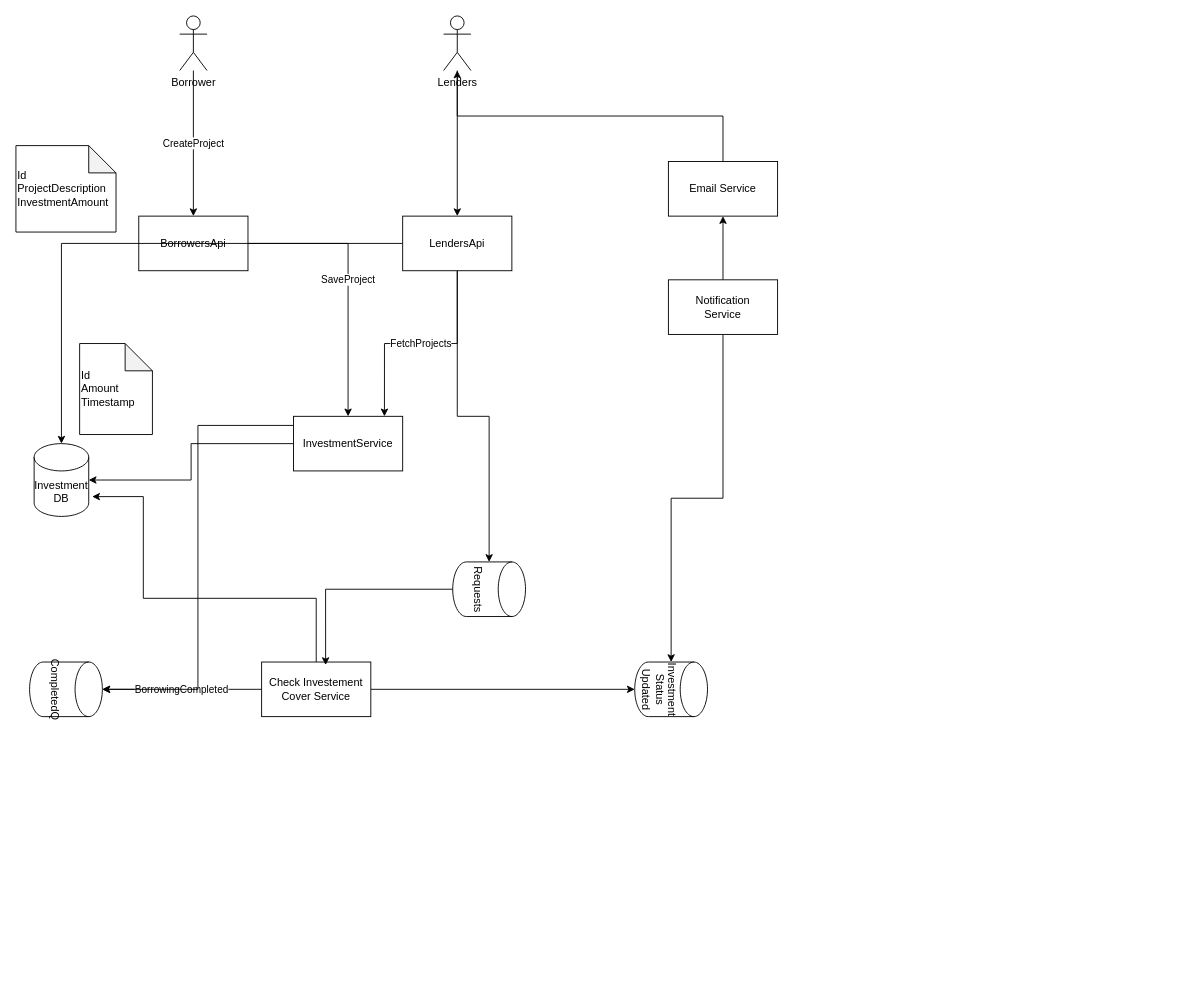
leilabadi/diagrams keeps this draw.io diagram as Investment.drawio. Above is the earlier version. Source tidied: cells renumbered, new cells numbered last; positions are measured from the earlier drawing's top-left corner, leaving out a move shared by most shapes. Both pictures are drawn from the tidied source at 91%, with x=0, y=0 at pixel (15, 15).
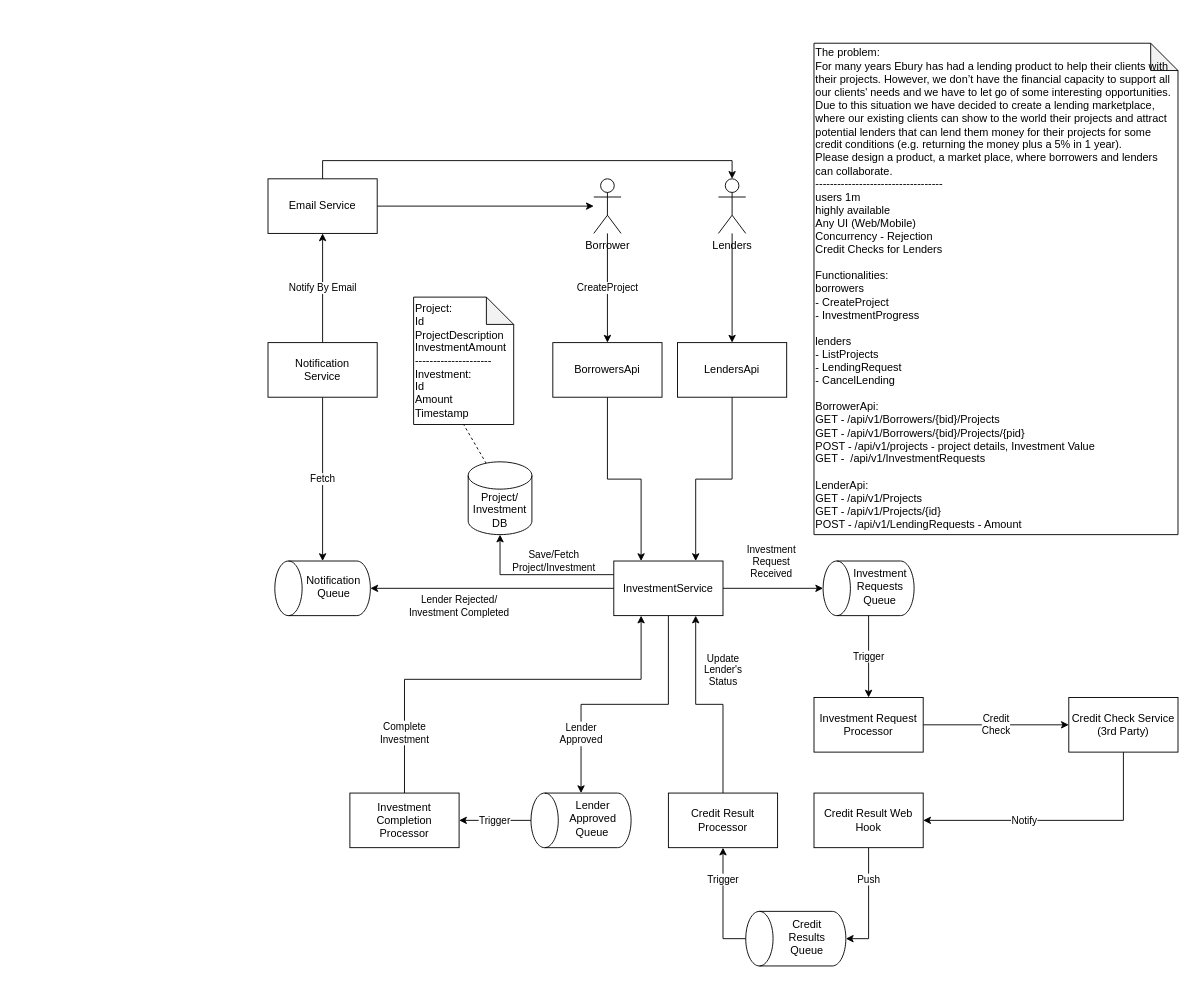
The same diagram, later.

The edit, as a diff of the source:
```diff
@@
-    <mxCell id="2" value="SaveProject" style="edgeStyle=orthogonalEdgeStyle;rounded=0;jettySize=auto;html=1;" parent="1" edge="1" source="3" target="29">
+    <mxCell id="2" value="&lt;div&gt;&lt;br&gt;&lt;/div&gt;" style="edgeStyle=orthogonalEdgeStyle;rounded=0;jettySize=auto;html=1;exitX=0.5;exitY=1;exitDx=0;exitDy=0;entryX=0.25;entryY=0;entryDx=0;entryDy=0;" parent="1" edge="1" source="3" target="29">
       <mxGeometry relative="1" as="geometry" />
     </mxCell>
     <mxCell id="3" value="BorrowersApi" style="rounded=0;whiteSpace=wrap;html=1;" parent="1" vertex="1">
-      <mxGeometry x="135" y="220" width="120" height="60" as="geometry" />
+      <mxGeometry x="590" y="359" width="120" height="60" as="geometry" />
     </mxCell>
@@
     <mxCell id="5" value="Borrower" style="shape=umlActor;verticalLabelPosition=bottom;verticalAlign=top;html=1;outlineConnect=0;" parent="1" vertex="1">
-      <mxGeometry x="180" width="30" height="60" as="geometry" />
+      <mxGeometry x="635" y="179" width="30" height="60" as="geometry" />
     </mxCell>
@@
     <mxCell id="7" value="Lenders" style="shape=umlActor;verticalLabelPosition=bottom;verticalAlign=top;html=1;outlineConnect=0;" parent="1" vertex="1">
-      <mxGeometry x="470" width="30" height="60" as="geometry" />
+      <mxGeometry x="772" y="179" width="30" height="60" as="geometry" />
     </mxCell>
-    <mxCell id="8" style="edgeStyle=orthogonalEdgeStyle;rounded=0;jettySize=auto;html=1;" parent="1" edge="1" source="10" target="19">
-      <mxGeometry relative="1" as="geometry" />
-    </mxCell>
-    <mxCell id="9" style="edgeStyle=orthogonalEdgeStyle;rounded=0;jettySize=auto;html=1;" parent="1" edge="1" source="10" target="11">
-      <mxGeometry relative="1" as="geometry">
-        <Array as="points">
-          <mxPoint x="50" y="250" />
-        </Array>
-      </mxGeometry>
-    </mxCell>
+    <mxCell id="12" style="edgeStyle=orthogonalEdgeStyle;rounded=0;jettySize=auto;html=1;entryX=0.75;entryY=0;entryDx=0;entryDy=0;" parent="1" edge="1" source="10" target="29">
+      <mxGeometry x="-0.64" relative="1" as="geometry" />
+    </mxCell>
     <mxCell id="10" value="LendersApi" style="rounded=0;whiteSpace=wrap;html=1;" parent="1" vertex="1">
-      <mxGeometry x="425" y="220" width="120" height="60" as="geometry" />
+      <mxGeometry x="727" y="359" width="120" height="60" as="geometry" />
     </mxCell>
+    <mxCell id="31" style="rounded=0;jettySize=auto;html=1;exitX=0.5;exitY=0.349;exitDx=0;exitDy=0;exitPerimeter=0;dashed=1;endArrow=none;endFill=0;entryX=0.5;entryY=1;entryDx=0;entryDy=0;entryPerimeter=0;" parent="1" edge="1" source="11" target="18">
+      <mxGeometry relative="1" as="geometry" />
+    </mxCell>
-    <mxCell id="11" value="Investment DB" style="shape=cylinder3;whiteSpace=wrap;html=1;boundedLbl=1;backgroundOutline=1;size=15;" parent="1" vertex="1">
-      <mxGeometry x="20" y="470" width="60" height="80" as="geometry" />
+    <mxCell id="11" value="Project/&lt;br&gt;Investment DB" style="shape=cylinder3;whiteSpace=wrap;html=1;boundedLbl=1;backgroundOutline=1;size=15;" parent="1" vertex="1">
+      <mxGeometry x="497" y="490" width="70" height="80" as="geometry" />
     </mxCell>
-    <mxCell id="12" value="FetchProjects" style="edgeStyle=orthogonalEdgeStyle;rounded=0;jettySize=auto;html=1;entryX=0.833;entryY=0;entryDx=0;entryDy=0;entryPerimeter=0;" parent="1" edge="1" source="10" target="29">
-      <mxGeometry relative="1" as="geometry" />
-    </mxCell>
-    <mxCell id="13" style="edgeStyle=orthogonalEdgeStyle;rounded=0;jettySize=auto;html=1;entryX=1.063;entryY=0.728;entryDx=0;entryDy=0;entryPerimeter=0;" parent="1" edge="1" source="16" target="11">
-      <mxGeometry relative="1" as="geometry">
-        <Array as="points">
-          <mxPoint x="330" y="640" />
-          <mxPoint x="140" y="640" />
-          <mxPoint x="140" y="528" />
-        </Array>
-      </mxGeometry>
-    </mxCell>
-    <mxCell id="14" style="edgeStyle=orthogonalEdgeStyle;rounded=0;jettySize=auto;html=1;entryX=0.5;entryY=1;entryDx=0;entryDy=0;entryPerimeter=0;" parent="1" edge="1" source="16" target="24">
-      <mxGeometry relative="1" as="geometry" />
-    </mxCell>
-    <mxCell id="15" value="BorrowingCompleted" style="edgeStyle=orthogonalEdgeStyle;rounded=0;jettySize=auto;html=1;" parent="1" edge="1" source="16" target="30">
-      <mxGeometry relative="1" as="geometry" />
-    </mxCell>
+    <mxCell id="32" value="Credit&lt;br&gt;Check" style="edgeStyle=orthogonalEdgeStyle;rounded=0;jettySize=auto;html=1;" parent="1" edge="1" source="16" target="39">
+      <mxGeometry relative="1" as="geometry" />
+    </mxCell>
-    <mxCell id="16" value="Check Investement Cover Service" style="rounded=0;whiteSpace=wrap;html=1;" parent="1" vertex="1">
-      <mxGeometry x="270" y="710" width="120" height="60" as="geometry" />
+    <mxCell id="16" value="Investment Request Processor" style="rounded=0;whiteSpace=wrap;html=1;" parent="1" vertex="1">
+      <mxGeometry x="877" y="749" width="120" height="60" as="geometry" />
     </mxCell>
-    <mxCell id="17" value="Id&lt;div&gt;Amount&lt;/div&gt;&lt;div&gt;Timestamp&lt;/div&gt;" style="shape=note;whiteSpace=wrap;html=1;backgroundOutline=1;darkOpacity=0.05;align=left;" parent="1" vertex="1">
-      <mxGeometry x="70" y="360" width="80" height="100" as="geometry" />
-    </mxCell>
-    <mxCell id="18" value="Id&lt;div&gt;ProjectDescription&lt;/div&gt;&lt;div&gt;InvestmentAmount&lt;/div&gt;" style="shape=note;whiteSpace=wrap;html=1;backgroundOutline=1;darkOpacity=0.05;align=left;" parent="1" vertex="1">
-      <mxGeometry y="142.5" width="110" height="95" as="geometry" />
+    <mxCell id="18" value="&lt;div&gt;Project:&lt;/div&gt;Id&lt;div&gt;ProjectDescription&lt;/div&gt;&lt;div&gt;InvestmentAmount&lt;br&gt;---------------------&lt;br&gt;Investment:&lt;br&gt;Id&lt;div&gt;Amount&lt;/div&gt;&lt;div&gt;Timestamp&lt;/div&gt;&lt;/div&gt;" style="shape=note;whiteSpace=wrap;html=1;backgroundOutline=1;darkOpacity=0.05;align=left;" parent="1" vertex="1">
+      <mxGeometry x="437" y="309" width="110" height="140" as="geometry" />
     </mxCell>
-    <mxCell id="19" value="Requests" style="shape=cylinder3;whiteSpace=wrap;html=1;boundedLbl=1;backgroundOutline=1;size=15;rotation=90;" parent="1" vertex="1">
-      <mxGeometry x="490" y="590" width="60" height="80" as="geometry" />
+    <mxCell id="19" value="Investment Requests&lt;br&gt;Queue" style="shape=cylinder3;whiteSpace=wrap;html=1;boundedLbl=1;backgroundOutline=1;size=15;rotation=-90;textDirection=vertical-rl;" parent="1" vertex="1">
+      <mxGeometry x="907" y="579" width="60" height="100" as="geometry" />
     </mxCell>
-    <mxCell id="20" style="edgeStyle=orthogonalEdgeStyle;rounded=0;jettySize=auto;html=1;entryX=0.586;entryY=0.055;entryDx=0;entryDy=0;entryPerimeter=0;" parent="1" edge="1" source="19" target="16">
+    <mxCell id="20" value="Trigger" style="edgeStyle=orthogonalEdgeStyle;rounded=0;jettySize=auto;html=1;entryX=0.5;entryY=0;entryDx=0;entryDy=0;" parent="1" edge="1" source="19" target="16">
       <mxGeometry relative="1" as="geometry" />
     </mxCell>
-    <mxCell id="21" style="edgeStyle=orthogonalEdgeStyle;rounded=0;jettySize=auto;html=1;" parent="1" edge="1" source="23" target="24">
+    <mxCell id="21" value="Fetch" style="edgeStyle=orthogonalEdgeStyle;rounded=0;jettySize=auto;html=1;" parent="1" edge="1" source="23" target="24">
       <mxGeometry relative="1" as="geometry" />
     </mxCell>
-    <mxCell id="22" style="edgeStyle=orthogonalEdgeStyle;rounded=0;jettySize=auto;html=1;entryX=0.5;entryY=1;entryDx=0;entryDy=0;" parent="1" edge="1" source="23" target="26">
+    <mxCell id="22" value="Notify By Email" style="edgeStyle=orthogonalEdgeStyle;rounded=0;jettySize=auto;html=1;entryX=0.5;entryY=1;entryDx=0;entryDy=0;" parent="1" edge="1" source="23" target="26">
       <mxGeometry relative="1" as="geometry" />
     </mxCell>
     <mxCell id="23" value="Notification&lt;div&gt;Service&lt;/div&gt;" style="rounded=0;whiteSpace=wrap;html=1;" parent="1" vertex="1">
-      <mxGeometry x="717" y="290" width="120" height="60" as="geometry" />
+      <mxGeometry x="277" y="359" width="120" height="60" as="geometry" />
     </mxCell>
-    <mxCell id="24" value="Investment Status Updated" style="shape=cylinder3;whiteSpace=wrap;html=1;boundedLbl=1;backgroundOutline=1;size=15;rotation=90;" parent="1" vertex="1">
-      <mxGeometry x="690" y="700" width="60" height="80" as="geometry" />
+    <mxCell id="24" value="Notification&lt;div&gt;Queue&lt;/div&gt;" style="shape=cylinder3;whiteSpace=wrap;html=1;boundedLbl=1;backgroundOutline=1;size=15;rotation=-90;textDirection=vertical-rl;" parent="1" vertex="1">
+      <mxGeometry x="307" y="576.5" width="60" height="105" as="geometry" />
     </mxCell>
-    <mxCell id="25" style="edgeStyle=orthogonalEdgeStyle;rounded=0;jettySize=auto;html=1;exitX=0.5;exitY=0;exitDx=0;exitDy=0;" parent="1" edge="1" source="26" target="7">
-      <mxGeometry relative="1" as="geometry" />
-    </mxCell>
+    <mxCell id="33" style="edgeStyle=orthogonalEdgeStyle;rounded=0;jettySize=auto;html=1;" parent="1" edge="1" source="26" target="5">
+      <mxGeometry relative="1" as="geometry" />
+    </mxCell>
     <mxCell id="26" value="Email Service" style="rounded=0;whiteSpace=wrap;html=1;" parent="1" vertex="1">
-      <mxGeometry x="717" y="160" width="120" height="60" as="geometry" />
+      <mxGeometry x="277" y="179" width="120" height="60" as="geometry" />
     </mxCell>
-    <mxCell id="27" style="edgeStyle=orthogonalEdgeStyle;rounded=0;jettySize=auto;html=1;" parent="1" edge="1" source="29" target="11">
-      <mxGeometry relative="1" as="geometry" />
+    <mxCell id="27" value="Save/Fetch&lt;br&gt;Project/Investment" style="edgeStyle=orthogonalEdgeStyle;rounded=0;jettySize=auto;html=1;exitX=0;exitY=0.25;exitDx=0;exitDy=0;" parent="1" edge="1" source="29" target="11">
+      <mxGeometry x="-0.22" y="-15" relative="1" as="geometry" />
     </mxCell>
-    <mxCell id="28" style="edgeStyle=orthogonalEdgeStyle;rounded=0;jettySize=auto;html=1;" parent="1" edge="1" source="29" target="30">
-      <mxGeometry relative="1" as="geometry">
-        <Array as="points">
-          <mxPoint x="200" y="450" />
-          <mxPoint x="200" y="740" />
-        </Array>
-      </mxGeometry>
-    </mxCell>
+    <mxCell id="34" value="Investment&lt;br&gt;Request&lt;br&gt;Received" style="edgeStyle=orthogonalEdgeStyle;rounded=0;jettySize=auto;html=1;exitX=1;exitY=0.5;exitDx=0;exitDy=0;" parent="1" edge="1" source="29" target="19">
+      <mxGeometry x="-0.04" y="29" relative="1" as="geometry" />
+    </mxCell>
+    <mxCell id="35" value="Trigger" style="edgeStyle=orthogonalEdgeStyle;rounded=0;jettySize=auto;html=1;" parent="1" edge="1" source="48" target="47">
+      <mxGeometry relative="1" as="geometry" />
+    </mxCell>
+    <mxCell id="36" value="Lender&lt;br&gt;Approved" style="edgeStyle=orthogonalEdgeStyle;rounded=0;jettySize=auto;html=1;" parent="1" edge="1" source="29" target="48">
+      <mxGeometry x="0.55" relative="1" as="geometry" />
+    </mxCell>
     <mxCell id="29" value="InvestmentService" style="rounded=0;whiteSpace=wrap;html=1;" parent="1" vertex="1">
-      <mxGeometry x="305" y="440" width="120" height="60" as="geometry" />
+      <mxGeometry x="657" y="599" width="120" height="60" as="geometry" />
     </mxCell>
-    <mxCell id="30" value="CompletedQ" style="shape=cylinder3;whiteSpace=wrap;html=1;boundedLbl=1;backgroundOutline=1;size=15;rotation=90;" parent="1" vertex="1">
-      <mxGeometry x="25" y="700" width="60" height="80" as="geometry" />
-    </mxCell>
+    <mxCell id="37" value="&lt;div&gt;The problem:&lt;/div&gt;&lt;div&gt;For many years Ebury has had a lending product to help their clients with their projects. However, we don’t have the financial capacity to support all our clients' needs and we have to let go of some interesting opportunities.&lt;/div&gt;&lt;div&gt;Due to this situation we have decided to create a lending marketplace, where our existing clients can show to the world their projects and attract potential lenders that can lend them money for their projects for some credit conditions (e.g. returning the money plus a 5% in 1 year).&lt;/div&gt;&lt;div style=&quot;&quot;&gt;Please design a product, a market place, where borrowers and lenders can collaborate.&lt;br&gt;-----------------------------------&lt;br&gt;&lt;div&gt;users 1m&lt;/div&gt;&lt;div&gt;highly available&lt;/div&gt;&lt;div&gt;Any UI (Web/Mobile)&lt;/div&gt;&lt;div&gt;Concurrency - Rejection&lt;/div&gt;&lt;div&gt;Credit Checks for Lenders&lt;/div&gt;&lt;div&gt;&lt;br&gt;&lt;/div&gt;&lt;div&gt;Functionalities:&lt;/div&gt;&lt;div&gt;borrowers&lt;/div&gt;&lt;div&gt;- CreateProject&lt;/div&gt;&lt;div&gt;- InvestmentProgress&lt;/div&gt;&lt;div&gt;&lt;br&gt;&lt;/div&gt;&lt;div&gt;lenders&lt;/div&gt;&lt;div&gt;- ListProjects&lt;/div&gt;&lt;div&gt;- LendingRequest&lt;/div&gt;&lt;div&gt;- CancelLending&lt;/div&gt;&lt;div&gt;&lt;br&gt;&lt;/div&gt;&lt;div&gt;BorrowerApi:&lt;/div&gt;&lt;div&gt;GET - /api/v1/Borrowers/{bid}/Projects&lt;/div&gt;&lt;div&gt;GET - /api/v1/Borrowers/{bid}/Projects/{pid}&lt;/div&gt;&lt;div&gt;POST - /api/v1/projects - project details, Investment Value&lt;/div&gt;&lt;div&gt;GET -&amp;nbsp; /api/v1/InvestmentRequests&lt;/div&gt;&lt;div&gt;&lt;br&gt;&lt;/div&gt;&lt;div&gt;LenderApi:&lt;/div&gt;&lt;div&gt;GET - /api/v1/Projects&lt;/div&gt;&lt;div&gt;GET - /api/v1/Projects/{id}&lt;/div&gt;&lt;div&gt;POST - /api/v1/LendingRequests - Amount&lt;/div&gt;&lt;/div&gt;" style="shape=note;whiteSpace=wrap;html=1;backgroundOutline=1;darkOpacity=0.05;align=left;" parent="1" vertex="1">
+      <mxGeometry x="877" y="30" width="400" height="540" as="geometry" />
+    </mxCell>
+    <mxCell id="38" value="Notify" style="edgeStyle=orthogonalEdgeStyle;rounded=0;jettySize=auto;html=1;exitX=0.5;exitY=1;exitDx=0;exitDy=0;entryX=1;entryY=0.5;entryDx=0;entryDy=0;" parent="1" edge="1" source="39" target="41">
+      <mxGeometry x="0.25" relative="1" as="geometry" />
+    </mxCell>
+    <mxCell id="39" value="Credit Check Service (3rd Party)" style="rounded=0;whiteSpace=wrap;html=1;" parent="1" vertex="1">
+      <mxGeometry x="1157" y="749" width="120" height="60" as="geometry" />
+    </mxCell>
+    <mxCell id="25" style="edgeStyle=orthogonalEdgeStyle;rounded=0;jettySize=auto;html=1;entryX=0.5;entryY=0;entryDx=0;entryDy=0;entryPerimeter=0;exitX=0.5;exitY=0;exitDx=0;exitDy=0;" parent="1" edge="1" source="26" target="7">
+      <mxGeometry relative="1" as="geometry" />
+    </mxCell>
+    <mxCell id="40" value="Push" style="edgeStyle=orthogonalEdgeStyle;rounded=0;jettySize=auto;html=1;entryX=0.5;entryY=1;entryDx=0;entryDy=0;entryPerimeter=0;exitX=0.5;exitY=1;exitDx=0;exitDy=0;" parent="1" edge="1" source="41" target="42">
+      <mxGeometry x="-0.44" relative="1" as="geometry" />
+    </mxCell>
+    <mxCell id="41" value="Credit Result Web Hook" style="rounded=0;whiteSpace=wrap;html=1;" parent="1" vertex="1">
+      <mxGeometry x="877" y="854" width="120" height="60" as="geometry" />
+    </mxCell>
+    <mxCell id="42" value="Credit Results Queue" style="shape=cylinder3;whiteSpace=wrap;html=1;boundedLbl=1;backgroundOutline=1;size=15;rotation=-90;textDirection=vertical-rl;" parent="1" vertex="1">
+      <mxGeometry x="827" y="959" width="60" height="110" as="geometry" />
+    </mxCell>
+    <mxCell id="43" value="Trigger" style="edgeStyle=orthogonalEdgeStyle;rounded=0;jettySize=auto;html=1;exitX=0.5;exitY=0;exitDx=0;exitDy=0;exitPerimeter=0;" parent="1" edge="1" source="42" target="45">
+      <mxGeometry x="0.44" relative="1" as="geometry" />
+    </mxCell>
+    <mxCell id="44" value="Update &lt;br&gt;Lender's&lt;br&gt;Status" style="edgeStyle=orthogonalEdgeStyle;rounded=0;jettySize=auto;html=1;entryX=0.75;entryY=1;entryDx=0;entryDy=0;" parent="1" edge="1" source="45" target="29">
+      <mxGeometry x="0.47" y="-30" relative="1" as="geometry" />
+    </mxCell>
+    <mxCell id="45" value="Credit Result Processor" style="rounded=0;whiteSpace=wrap;html=1;" parent="1" vertex="1">
+      <mxGeometry x="717" y="854" width="120" height="60" as="geometry" />
+    </mxCell>
+    <mxCell id="46" value="Complete&lt;br&gt;Investment" style="edgeStyle=orthogonalEdgeStyle;rounded=0;jettySize=auto;html=1;entryX=0.25;entryY=1;entryDx=0;entryDy=0;exitX=0.5;exitY=0;exitDx=0;exitDy=0;" parent="1" edge="1" source="47" target="29">
+      <mxGeometry x="-0.71" relative="1" as="geometry">
+        <Array as="points">
+          <mxPoint x="427" y="729" />
+          <mxPoint x="687" y="729" />
+        </Array>
+      </mxGeometry>
+    </mxCell>
+    <mxCell id="47" value="Investment Completion Processor" style="rounded=0;whiteSpace=wrap;html=1;" parent="1" vertex="1">
+      <mxGeometry x="367" y="854" width="120" height="60" as="geometry" />
+    </mxCell>
+    <mxCell id="48" value="Lender Approved&lt;div&gt;Queue&lt;/div&gt;" style="shape=cylinder3;whiteSpace=wrap;html=1;boundedLbl=1;backgroundOutline=1;size=15;rotation=-90;textDirection=vertical-rl;" parent="1" vertex="1">
+      <mxGeometry x="591" y="829" width="60" height="110" as="geometry" />
+    </mxCell>
+    <mxCell id="49" value="Lender Rejected/&lt;br&gt;Investment Completed" style="edgeStyle=orthogonalEdgeStyle;rounded=0;orthogonalLoop=1;jettySize=auto;html=1;exitX=0;exitY=0.5;exitDx=0;exitDy=0;" parent="1" edge="1">
+      <mxGeometry x="0.27" y="20" relative="1" as="geometry">
+        <mxPoint x="657" y="629" as="sourcePoint" />
+        <mxPoint x="389.5" y="629" as="targetPoint" />
+      </mxGeometry>
+    </mxCell>
```
